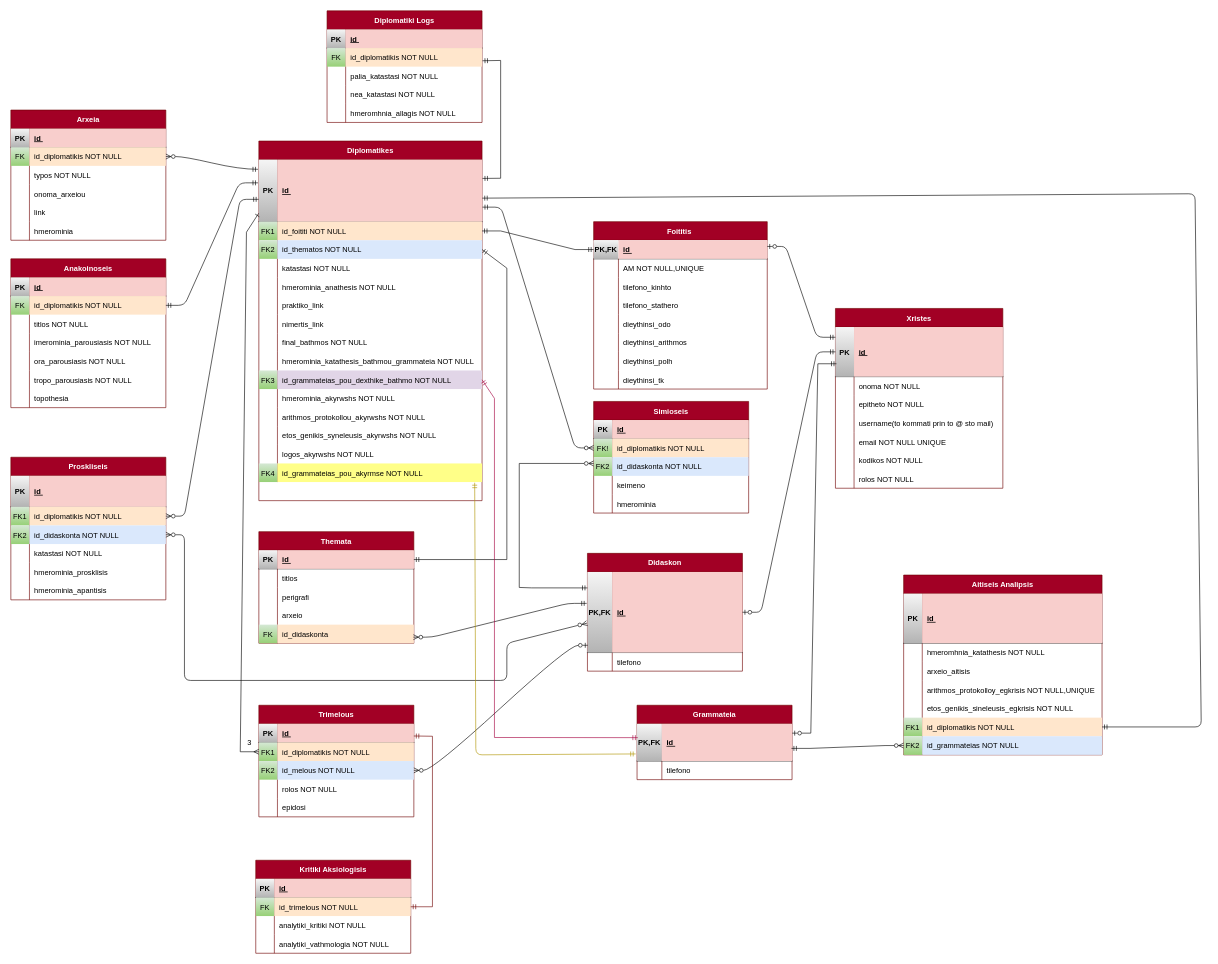
The draw.io diagram BashDedomenwnProjectWebERVer5.drawio in NikitasPapag/Web-Uni-Project-2025, before the edit. Source tidied: cells renumbered, new cells numbered last; positions are measured from the earlier drawing's top-left corner, leaving out a move shared by most shapes. Both pictures are drawn from the tidied source at 62%, with x=0, y=0 at pixel (11, 11).
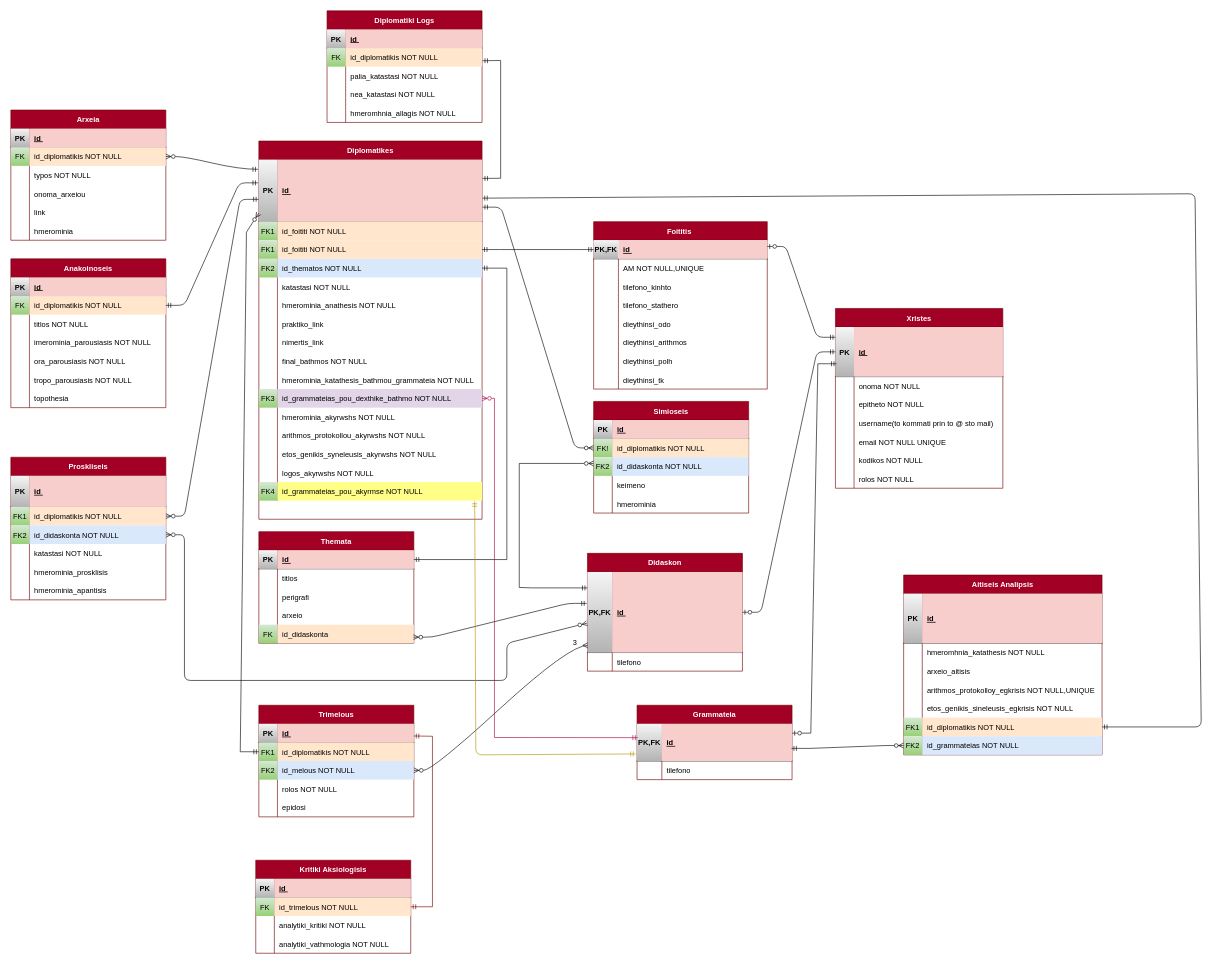
Above is the later version.

The change refers to these unchanged cells:
```xml
<mxCell id="41" style="shape=partialRectangle;fillColor=none;points=[[0,0.5],[1,0.5]];portConstraint=eastwest;top=0;left=0;right=0;bottom=1;" parent="40" vertex="1">
  <mxGeometry y="30" width="360" height="100" as="geometry" />
</mxCell>
<mxCell id="90" style="shape=partialRectangle;fillColor=none;points=[[0,0.5],[1,0.5]];portConstraint=eastwest;top=0;left=0;right=0;bottom=0;" parent="86" vertex="1">
  <mxGeometry y="60" width="250" height="30" as="geometry" />
</mxCell>
<mxCell id="93" style="shape=partialRectangle;fillColor=none;points=[[0,0.5],[1,0.5]];portConstraint=eastwest;top=0;left=0;right=0;bottom=0;" parent="86" vertex="1">
  <mxGeometry y="90" width="250" height="30" as="geometry" />
</mxCell>
<mxCell id="185" style="shape=partialRectangle;fillColor=none;points=[[0,0.5],[1,0.5]];portConstraint=eastwest;top=0;left=0;right=0;bottom=1;" parent="184" vertex="1">
  <mxGeometry y="30" width="250" height="130" as="geometry" />
</mxCell>
<mxCell id="192" style="shape=partialRectangle;fillColor=none;points=[[0,0.5],[1,0.5]];portConstraint=eastwest;top=0;left=0;right=0;bottom=1;" parent="191" vertex="1">
  <mxGeometry y="30" width="250" height="60" as="geometry" />
</mxCell>
```

Diff of the diagram source:
```diff
@@
     <mxCell id="40" value="Diplomatikes" style="shape=table;startSize=30;childLayout=tableLayout;rowLines=0;fontStyle=1;align=center;fillColor=#a20025;fontColor=#ffffff;strokeColor=#6F0000;" parent="1" vertex="1">
-      <mxGeometry x="400" y="210" width="360" height="580" as="geometry" />
+      <mxGeometry x="400" y="210" width="360" height="610" as="geometry" />
     </mxCell>
@@
+    <mxCell id="289" style="shape=partialRectangle;fillColor=none;top=0;left=0;right=0;bottom=0;" parent="40" vertex="1">
+      <mxGeometry y="130" width="360" height="30" as="geometry" />
+    </mxCell>
+    <mxCell id="290" value="FK1" style="shape=partialRectangle;overflow=hidden;fillColor=#d5e8d4;top=0;left=0;bottom=0;right=0;strokeColor=#82b366;gradientColor=#97d077;" parent="289" vertex="1">
+      <mxGeometry width="30" height="30" as="geometry" />
+    </mxCell>
+    <mxCell id="291" value="id_foititi NOT NULL" style="shape=partialRectangle;overflow=hidden;fillColor=#ffe6cc;top=0;left=0;bottom=0;right=0;align=left;spacingLeft=6;strokeColor=#d79b00;" parent="289" vertex="1">
+      <mxGeometry x="30" width="330" height="30" as="geometry" />
+    </mxCell>
     <mxCell id="44" style="shape=partialRectangle;fillColor=none;points=[[0,0.5],[1,0.5]];portConstraint=eastwest;top=0;left=0;right=0;bottom=0;" parent="40" vertex="1">
-      <mxGeometry y="130" width="360" height="30" as="geometry" />
+      <mxGeometry y="160" width="360" height="30" as="geometry" />
     </mxCell>
@@
     <mxCell id="47" style="shape=partialRectangle;fillColor=none;points=[[0,0.5],[1,0.5]];portConstraint=eastwest;top=0;left=0;right=0;bottom=0;" parent="40" vertex="1">
-      <mxGeometry y="160" width="360" height="30" as="geometry" />
+      <mxGeometry y="190" width="360" height="30" as="geometry" />
     </mxCell>
@@
     <mxCell id="50" style="shape=partialRectangle;fillColor=none;top=0;left=0;right=0;bottom=0;" parent="40" vertex="1">
-      <mxGeometry y="190" width="360" height="30" as="geometry" />
+      <mxGeometry y="220" width="360" height="30" as="geometry" />
     </mxCell>
@@
     <mxCell id="53" style="shape=partialRectangle;fillColor=none;top=0;left=0;right=0;bottom=0;" parent="40" vertex="1">
-      <mxGeometry y="220" width="360" height="30" as="geometry" />
+      <mxGeometry y="250" width="360" height="30" as="geometry" />
     </mxCell>
@@
     <mxCell id="56" style="shape=partialRectangle;fillColor=none;top=0;left=0;right=0;bottom=0;" parent="40" vertex="1">
-      <mxGeometry y="250" width="360" height="30" as="geometry" />
+      <mxGeometry y="280" width="360" height="30" as="geometry" />
     </mxCell>
@@
     <mxCell id="59" style="shape=partialRectangle;fillColor=none;top=0;left=0;right=0;bottom=0;" parent="40" vertex="1">
-      <mxGeometry y="280" width="360" height="30" as="geometry" />
+      <mxGeometry y="310" width="360" height="30" as="geometry" />
     </mxCell>
@@
     <mxCell id="62" style="shape=partialRectangle;fillColor=none;top=0;left=0;right=0;bottom=0;" parent="40" vertex="1">
-      <mxGeometry y="310" width="360" height="30" as="geometry" />
+      <mxGeometry y="340" width="360" height="30" as="geometry" />
     </mxCell>
@@
     <mxCell id="65" style="shape=partialRectangle;fillColor=none;top=0;left=0;right=0;bottom=0;" parent="40" vertex="1">
-      <mxGeometry y="340" width="360" height="30" as="geometry" />
+      <mxGeometry y="370" width="360" height="30" as="geometry" />
     </mxCell>
@@
     <mxCell id="68" style="shape=partialRectangle;fillColor=none;points=[[0,0.5],[1,0.5]];portConstraint=eastwest;top=0;left=0;right=0;bottom=0;" parent="40" vertex="1">
-      <mxGeometry y="370" width="360" height="30" as="geometry" />
+      <mxGeometry y="400" width="360" height="30" as="geometry" />
     </mxCell>
@@
     <mxCell id="71" style="shape=partialRectangle;fillColor=none;top=0;left=0;right=0;bottom=0;" parent="40" vertex="1">
-      <mxGeometry y="400" width="360" height="30" as="geometry" />
+      <mxGeometry y="430" width="360" height="30" as="geometry" />
     </mxCell>
@@
     <mxCell id="74" style="shape=partialRectangle;fillColor=none;top=0;left=0;right=0;bottom=0;" parent="40" vertex="1">
-      <mxGeometry y="430" width="360" height="30" as="geometry" />
+      <mxGeometry y="460" width="360" height="30" as="geometry" />
     </mxCell>
@@
     <mxCell id="77" style="shape=partialRectangle;fillColor=none;top=0;left=0;right=0;bottom=0;" parent="40" vertex="1">
-      <mxGeometry y="460" width="360" height="30" as="geometry" />
+      <mxGeometry y="490" width="360" height="30" as="geometry" />
     </mxCell>
@@
     <mxCell id="80" style="shape=partialRectangle;fillColor=none;top=0;left=0;right=0;bottom=0;" parent="40" vertex="1">
-      <mxGeometry y="490" width="360" height="30" as="geometry" />
+      <mxGeometry y="520" width="360" height="30" as="geometry" />
     </mxCell>
@@
     <mxCell id="83" style="shape=partialRectangle;fillColor=none;points=[[0,0.5],[1,0.5]];portConstraint=eastwest;top=0;left=0;right=0;bottom=0;" parent="40" vertex="1">
-      <mxGeometry y="520" width="360" height="30" as="geometry" />
+      <mxGeometry y="550" width="360" height="30" as="geometry" />
     </mxCell>
@@
-    <mxCell id="225" style="edgeStyle=entityRelationEdgeStyle;fontSize=12;html=1;endArrow=ERzeroToOne;startArrow=ERzeroToMany;rounded=0;endFill=0;startFill=0;curved=1;entryX=0.002;entryY=0.91;entryDx=0;entryDy=0;entryPerimeter=0;" parent="1" edge="1" source="93" target="185">
+    <mxCell id="225" style="edgeStyle=entityRelationEdgeStyle;fontSize=12;html=1;endArrow=ERmany;startArrow=ERzeroToMany;rounded=0;endFill=0;startFill=0;curved=1;entryX=0.002;entryY=0.91;entryDx=0;entryDy=0;entryPerimeter=0;" parent="1" edge="1" source="93" target="185">
       <mxGeometry relative="1" as="geometry" />
     </mxCell>
@@
-    <mxCell id="254" style="endArrow=ERone;html=1;rounded=0;exitX=0;exitY=0.5;exitDx=0;exitDy=0;entryX=-0.001;entryY=0.866;entryDx=0;entryDy=0;entryPerimeter=0;startArrow=ERmany;startFill=0;endFill=0;" parent="1" edge="1" source="90" target="41">
+    <mxCell id="254" style="endArrow=ERzeroToMany;html=1;rounded=0;entryX=-0.001;entryY=0.866;entryDx=0;entryDy=0;entryPerimeter=0;startArrow=ERmandOne;startFill=0;endFill=0;" parent="1" edge="1" target="41">
       <mxGeometry relative="1" as="geometry">
+        <mxPoint x="400" y="1195" as="sourcePoint" />
         <Array as="points">
           <mxPoint x="370" y="1195" />
           <mxPoint x="380" y="357" />
         </Array>
       </mxGeometry>
     </mxCell>
-    <mxCell id="255" value="3" style="text;html=1;align=center;verticalAlign=middle;whiteSpace=wrap;rounded=0;glass=0;shadow=0;" parent="1" vertex="1">
-      <mxGeometry x="375" y="1170" width="20" height="20" as="geometry" />
-    </mxCell>
-    <mxCell id="256" style="endArrow=ERmandOne;html=1;rounded=0;fillColor=#d80073;strokeColor=#A50040;entryX=1;entryY=0.5;entryDx=0;entryDy=0;exitX=0.005;exitY=0.371;exitDx=0;exitDy=0;exitPerimeter=0;startArrow=ERmandOne;startFill=0;endFill=0;" parent="1" edge="1" source="192" target="68">
+    <mxCell id="256" style="endArrow=ERzeroToMany;html=1;rounded=0;fillColor=#d80073;strokeColor=#A50040;entryX=1;entryY=0.5;entryDx=0;entryDy=0;exitX=0.005;exitY=0.371;exitDx=0;exitDy=0;exitPerimeter=0;startArrow=ERmandOne;startFill=0;endFill=0;" parent="1" edge="1" source="192" target="68">
       <mxGeometry relative="1" as="geometry">
         <Array as="points">
           <mxPoint x="780" y="1172" />
           <mxPoint x="780" y="625" />
         </Array>
       </mxGeometry>
     </mxCell>
@@
+    <mxCell id="255" value="3" style="text;html=1;align=center;verticalAlign=middle;whiteSpace=wrap;rounded=0;" parent="1" vertex="1">
+      <mxGeometry x="900" y="1010" width="20" height="20" as="geometry" />
+    </mxCell>
```
